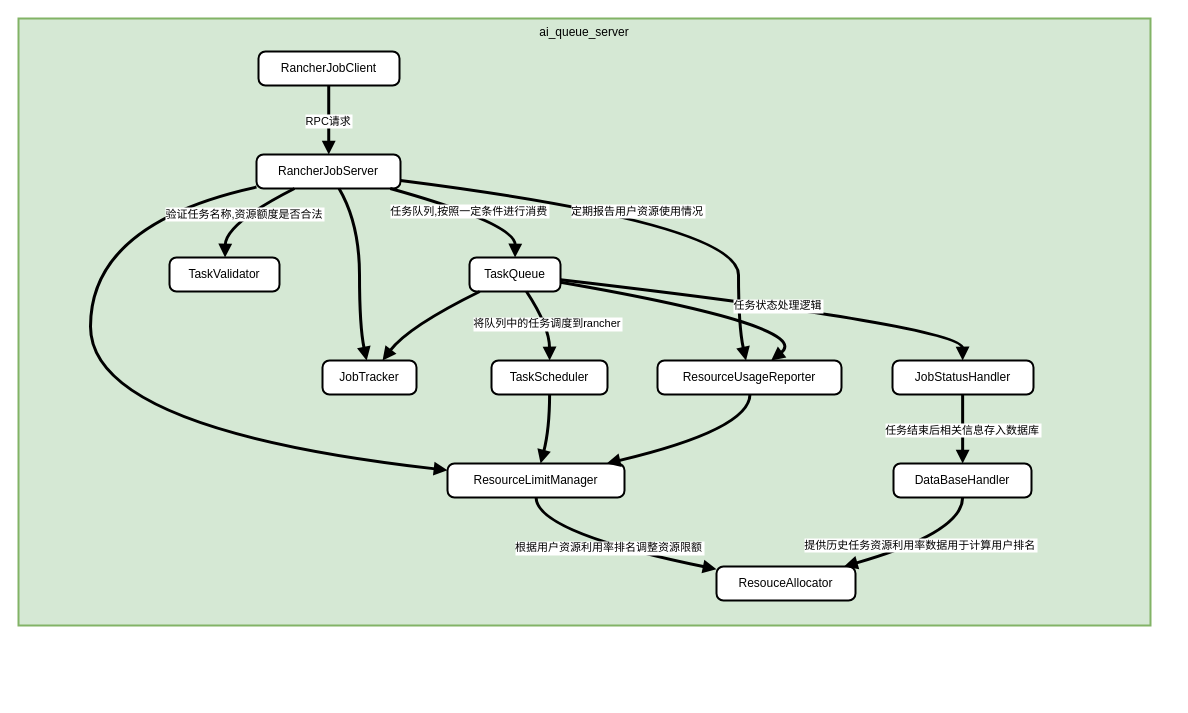
111qqz/2018FALL keeps this draw.io diagram as ai_queue模块图.drawio. Above is the earlier version. Source tidied: cells renumbered, new cells numbered last; positions are measured from the earlier drawing's top-left corner, leaving out a move shared by most shapes. Both pictures are drawn from the tidied source at 100%, with x=0, y=0 at pixel (18, 18).
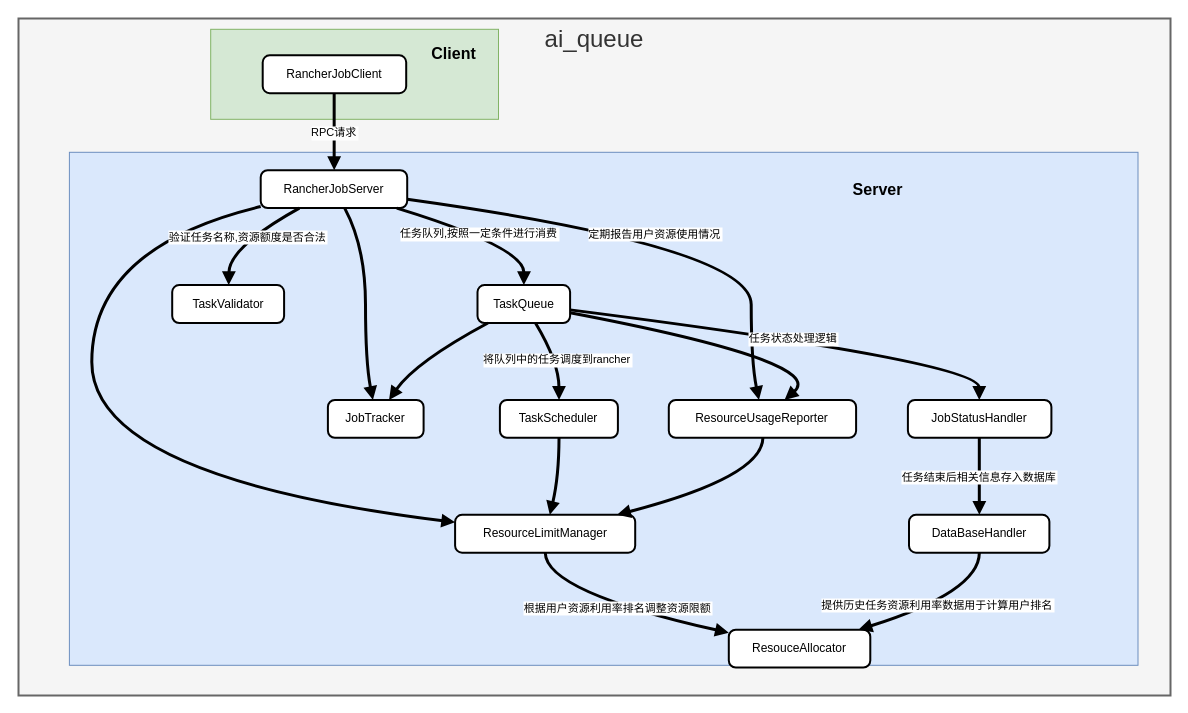
Above is the later version.

Commit message (it also covers changes not shown here):
更新ai_queue模块图.drawio

Change to the diagram source:
```diff
@@
-    <mxCell id="2" value="ai_queue_server" style="whiteSpace=wrap;strokeWidth=2;verticalAlign=top;fillColor=#d5e8d4;strokeColor=#82b366;" parent="1" vertex="1">
-      <mxGeometry width="1132" height="607" as="geometry" />
+    <mxCell id="2" value="ai_queue" style="whiteSpace=wrap;strokeWidth=2;verticalAlign=top;fillColor=#f5f5f5;strokeColor=#666666;fontColor=#333333;fontSize=24;" parent="1" vertex="1">
+      <mxGeometry width="1152" height="677" as="geometry" />
     </mxCell>
+    <mxCell id="29" style="rounded=0;whiteSpace=wrap;html=1;fillColor=#d5e8d4;strokeColor=#82b366;" parent="2" vertex="1">
+      <mxGeometry x="192.2" y="10.8" width="287.8" height="90" as="geometry" />
+    </mxCell>
     <mxCell id="3" value="RancherJobClient" style="rounded=1;absoluteArcSize=1;arcSize=14;whiteSpace=wrap;strokeWidth=2;" parent="2" vertex="1">
-      <mxGeometry x="240" y="33" width="141" height="34" as="geometry" />
+      <mxGeometry x="244.2" y="36.8" width="143.5" height="37.9" as="geometry" />
     </mxCell>
+    <mxCell id="30" style="rounded=0;whiteSpace=wrap;html=1;fillColor=#dae8fc;strokeColor=#6c8ebf;" parent="2" vertex="1">
+      <mxGeometry x="50.9" y="133.8" width="1068.6" height="513" as="geometry" />
+    </mxCell>
     <mxCell id="4" value="RancherJobServer" style="rounded=1;absoluteArcSize=1;arcSize=14;whiteSpace=wrap;strokeWidth=2;" parent="2" vertex="1">
-      <mxGeometry x="238" y="136" width="144" height="34" as="geometry" />
+      <mxGeometry x="242.2" y="151.7" width="146.5" height="37.9" as="geometry" />
     </mxCell>
     <mxCell id="5" value="TaskQueue" style="rounded=1;absoluteArcSize=1;arcSize=14;whiteSpace=wrap;strokeWidth=2;" parent="2" vertex="1">
-      <mxGeometry x="451" y="239" width="91" height="34" as="geometry" />
+      <mxGeometry x="459" y="266.6" width="92.6" height="37.9" as="geometry" />
     </mxCell>
     <mxCell id="6" value="ResourceUsageReporter" style="rounded=1;absoluteArcSize=1;arcSize=14;whiteSpace=wrap;strokeWidth=2;" parent="2" vertex="1">
-      <mxGeometry x="639" y="342" width="184" height="34" as="geometry" />
+      <mxGeometry x="650.3" y="381.4" width="187.3" height="37.9" as="geometry" />
     </mxCell>
     <mxCell id="7" value="ResourceLimitManager" style="rounded=1;absoluteArcSize=1;arcSize=14;whiteSpace=wrap;strokeWidth=2;" parent="2" vertex="1">
-      <mxGeometry x="429" y="445" width="177" height="34" as="geometry" />
+      <mxGeometry x="436.6" y="496.3" width="180.1" height="37.9" as="geometry" />
     </mxCell>
     <mxCell id="8" value="JobTracker" style="rounded=1;absoluteArcSize=1;arcSize=14;whiteSpace=wrap;strokeWidth=2;" parent="2" vertex="1">
-      <mxGeometry x="304" y="342" width="94" height="34" as="geometry" />
+      <mxGeometry x="309.4" y="381.4" width="95.7" height="37.9" as="geometry" />
     </mxCell>
     <mxCell id="9" value="TaskValidator" style="rounded=1;absoluteArcSize=1;arcSize=14;whiteSpace=wrap;strokeWidth=2;" parent="2" vertex="1">
-      <mxGeometry x="151" y="239" width="110" height="34" as="geometry" />
+      <mxGeometry x="153.7" y="266.6" width="111.9" height="37.9" as="geometry" />
     </mxCell>
     <mxCell id="10" value="ResouceAllocator" style="rounded=1;absoluteArcSize=1;arcSize=14;whiteSpace=wrap;strokeWidth=2;" parent="2" vertex="1">
-      <mxGeometry x="698" y="548" width="139" height="34" as="geometry" />
+      <mxGeometry x="710.3" y="611.2" width="141.5" height="37.9" as="geometry" />
     </mxCell>
     <mxCell id="11" value="JobStatusHandler" style="rounded=1;absoluteArcSize=1;arcSize=14;whiteSpace=wrap;strokeWidth=2;" parent="2" vertex="1">
-      <mxGeometry x="874" y="342" width="141" height="34" as="geometry" />
+      <mxGeometry x="889.4" y="381.4" width="143.5" height="37.9" as="geometry" />
     </mxCell>
     <mxCell id="12" value="TaskScheduler" style="rounded=1;absoluteArcSize=1;arcSize=14;whiteSpace=wrap;strokeWidth=2;" parent="2" vertex="1">
-      <mxGeometry x="473" y="342" width="116" height="34" as="geometry" />
+      <mxGeometry x="481.4" y="381.4" width="118" height="37.9" as="geometry" />
     </mxCell>
     <mxCell id="13" value="DataBaseHandler" style="rounded=1;absoluteArcSize=1;arcSize=14;whiteSpace=wrap;strokeWidth=2;" parent="2" vertex="1">
-      <mxGeometry x="875" y="445" width="138" height="34" as="geometry" />
+      <mxGeometry x="890.5" y="496.3" width="140.4" height="37.9" as="geometry" />
     </mxCell>
@@
     <mxCell id="15" value="任务队列,按照一定条件进行消费" style="curved=1;startArrow=none;endArrow=block;strokeWidth=3;exitX=0.9287503107723166;exitY=1;entryX=0.5007941277472527;entryY=0;rounded=0;" parent="2" edge="1" source="4" target="5">
       <mxGeometry relative="1" as="geometry">
         <Array as="points">
-          <mxPoint x="497" y="205" />
+          <mxPoint x="505.8" y="228.6" />
         </Array>
       </mxGeometry>
     </mxCell>
     <mxCell id="16" value="定期报告用户资源使用情况" style="curved=1;startArrow=none;endArrow=block;strokeWidth=3;exitX=1.0029703776041667;exitY=0.76713652785055;entryX=0.48124332194491365;entryY=0;rounded=0;" parent="2" edge="1" source="4" target="6">
       <mxGeometry relative="1" as="geometry">
         <Array as="points">
-          <mxPoint x="720" y="205" />
-          <mxPoint x="720" y="308" />
+          <mxPoint x="732.7" y="228.6" />
+          <mxPoint x="732.7" y="343.5" />
         </Array>
       </mxGeometry>
     </mxCell>
     <mxCell id="17" style="curved=1;startArrow=none;endArrow=block;strokeWidth=3;exitX=0.00020345052083333334;exitY=0.9582872337659714;entryX=0.001853813559322034;entryY=0.2001643682332699;rounded=0;" parent="2" edge="1" source="4" target="7">
       <mxGeometry relative="1" as="geometry">
         <Array as="points">
-          <mxPoint x="72" y="205" />
-          <mxPoint x="72" y="411" />
+          <mxPoint x="73.3" y="228.6" />
+          <mxPoint x="73.3" y="458.4" />
         </Array>
       </mxGeometry>
     </mxCell>
     <mxCell id="18" style="curved=1;startArrow=none;endArrow=block;strokeWidth=3;exitX=0.5732494300751753;exitY=1;entryX=0.47009854788525096;entryY=0;rounded=0;" parent="2" edge="1" source="4" target="8">
       <mxGeometry relative="1" as="geometry">
         <Array as="points">
-          <mxPoint x="341" y="205" />
-          <mxPoint x="341" y="308" />
+          <mxPoint x="347" y="228.6" />
+          <mxPoint x="347" y="343.5" />
         </Array>
       </mxGeometry>
     </mxCell>
     <mxCell id="19" value="验证任务名称,资源额度是否合法" style="curved=1;startArrow=none;endArrow=block;strokeWidth=3;exitX=0.26390877304982474;exitY=1;entryX=0.5049538352272728;entryY=0;rounded=0;" parent="2" edge="1" source="4" target="9">
       <mxGeometry relative="1" as="geometry">
         <Array as="points">
-          <mxPoint x="207" y="205" />
+          <mxPoint x="210.7" y="228.6" />
         </Array>
       </mxGeometry>
     </mxCell>
     <mxCell id="20" value="根据用户资源利用率排名调整资源限额" style="curved=1;startArrow=none;endArrow=block;strokeWidth=3;exitX=0.5006620762711864;exitY=1;entryX=-0.0018261147917603417;entryY=0.07924454084587416;rounded=0;" parent="2" edge="1" source="7" target="10">
       <mxGeometry relative="1" as="geometry">
         <Array as="points">
-          <mxPoint x="518" y="514" />
+          <mxPoint x="527.2" y="573.3" />
         </Array>
       </mxGeometry>
     </mxCell>
     <mxCell id="21" value="任务状态处理逻辑" style="curved=1;startArrow=none;endArrow=block;strokeWidth=3;exitX=1.0022965315934067;exitY=0.6544470282254471;entryX=0.497478945035461;entryY=0;rounded=0;" parent="2" edge="1" source="5" target="11">
       <mxGeometry relative="1" as="geometry">
         <Array as="points">
-          <mxPoint x="944" y="308" />
+          <mxPoint x="960.7" y="343.5" />
         </Array>
       </mxGeometry>
     </mxCell>
     <mxCell id="22" value="将队列中的任务调度到rancher" style="curved=1;startArrow=none;endArrow=block;strokeWidth=3;exitX=0.6260896074495895;exitY=1;entryX=0.5009765625;entryY=0;rounded=0;" parent="2" edge="1" source="5" target="12">
       <mxGeometry relative="1" as="geometry">
         <Array as="points">
-          <mxPoint x="531" y="308" />
+          <mxPoint x="540.4" y="343.5" />
         </Array>
       </mxGeometry>
     </mxCell>
     <mxCell id="23" style="curved=1;startArrow=none;endArrow=block;strokeWidth=3;exitX=0.5009765625;exitY=1;entryX=0.525831687784543;entryY=0;rounded=0;" parent="2" edge="1" source="12" target="7">
       <mxGeometry relative="1" as="geometry">
         <Array as="points">
-          <mxPoint x="531" y="411" />
+          <mxPoint x="540.4" y="458.4" />
         </Array>
       </mxGeometry>
     </mxCell>
     <mxCell id="24" style="curved=1;startArrow=none;endArrow=block;strokeWidth=3;exitX=1.0022965315934067;exitY=0.7310162766445972;entryX=0.6179276511054246;entryY=0;rounded=0;" parent="2" edge="1" source="5" target="6">
       <mxGeometry relative="1" as="geometry">
         <Array as="points">
-          <mxPoint x="796" y="308" />
+          <mxPoint x="810.1" y="343.5" />
         </Array>
       </mxGeometry>
     </mxCell>
     <mxCell id="25" style="curved=1;startArrow=none;endArrow=block;strokeWidth=3;exitX=0.11262937590748522;exitY=1;entryX=0.6389191266402457;entryY=0;rounded=0;" parent="2" edge="1" source="5" target="8">
       <mxGeometry relative="1" as="geometry">
         <Array as="points">
-          <mxPoint x="390" y="308" />
+          <mxPoint x="396.9" y="343.5" />
         </Array>
       </mxGeometry>
     </mxCell>
     <mxCell id="26" style="curved=1;startArrow=none;endArrow=block;strokeWidth=3;exitX=0.5025050951086957;exitY=1;entryX=0.8994711103340465;entryY=0;rounded=0;" parent="2" edge="1" source="6" target="7">
       <mxGeometry relative="1" as="geometry">
         <Array as="points">
-          <mxPoint x="731" y="411" />
+          <mxPoint x="743.9" y="458.4" />
         </Array>
       </mxGeometry>
     </mxCell>
@@
     <mxCell id="28" value="提供历史任务资源利用率数据用于计算用户排名" style="curved=1;startArrow=none;endArrow=block;strokeWidth=3;exitX=0.5010473278985508;exitY=1;entryX=0.9172177163883656;entryY=0;rounded=0;" parent="2" edge="1" source="13" target="10">
       <mxGeometry relative="1" as="geometry">
         <Array as="points">
-          <mxPoint x="944" y="514" />
+          <mxPoint x="960.7" y="573.3" />
         </Array>
       </mxGeometry>
     </mxCell>
+    <mxCell id="31" value="&lt;b&gt;&lt;font style=&quot;font-size: 16px;&quot;&gt;Server&lt;/font&gt;&lt;/b&gt;" style="text;html=1;align=center;verticalAlign=middle;strokeColor=none;fillColor=none;" parent="2" vertex="1">
+      <mxGeometry x="823.8" y="156.1" width="70" height="30" as="geometry" />
+    </mxCell>
+    <mxCell id="32" value="&lt;b&gt;&lt;font style=&quot;font-size: 16px;&quot;&gt;Client&lt;/font&gt;&lt;/b&gt;" style="text;html=1;align=center;verticalAlign=middle;strokeColor=none;fillColor=none;" parent="2" vertex="1">
+      <mxGeometry x="400" y="20" width="70" height="30" as="geometry" />
+    </mxCell>
```
